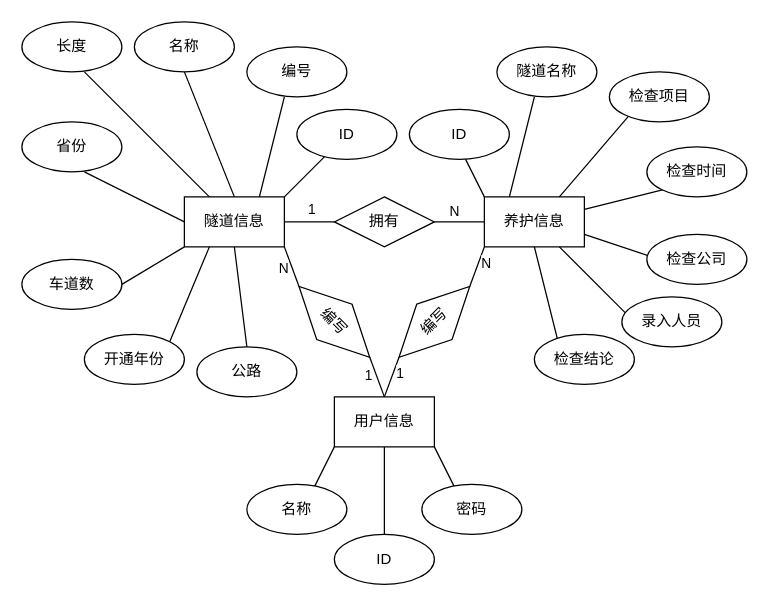
Above: E-R图.drawio in 84DuLu/drawio (draw.io), before the change. Source tidied: cells renumbered, new cells numbered last; positions are measured from the earlier drawing's top-left corner, leaving out a move shared by most shapes. Both pictures are drawn from the tidied source at 125%, with x=0, y=0 at pixel (21, 21).
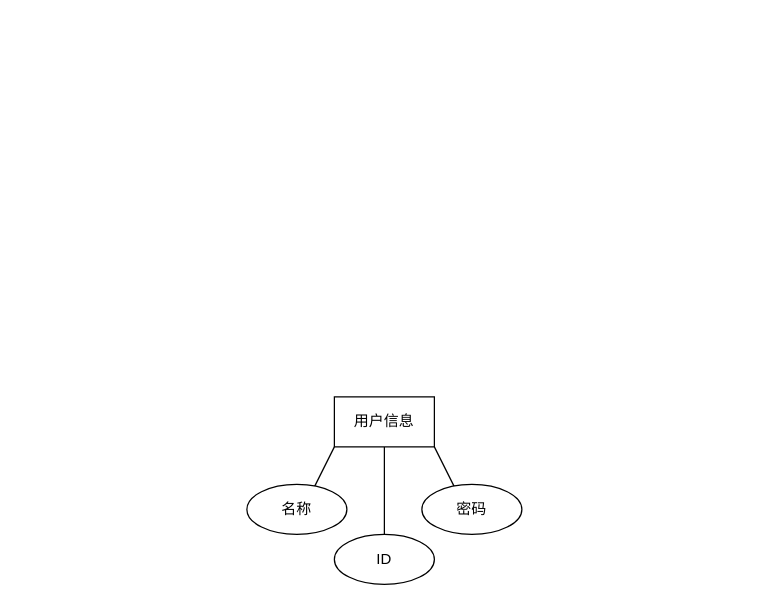
The same diagram, later.

Unchanged cells that the change refers to:
```xml
<mxCell id="23" value="用户信息" style="rounded=0;whiteSpace=wrap;html=1;" parent="1" vertex="1">
  <mxGeometry x="250" y="300" width="80" height="40" as="geometry" />
</mxCell>
```

Change to the diagram source:
```diff
@@
-    <mxCell id="2" value="拥有" style="rhombus;whiteSpace=wrap;html=1;" parent="1" vertex="1">
-      <mxGeometry x="250" y="140" width="80" height="40" as="geometry" />
-    </mxCell>
-    <mxCell id="3" value="隧道信息" style="rounded=0;whiteSpace=wrap;html=1;" parent="1" vertex="1">
-      <mxGeometry x="130" y="140" width="80" height="40" as="geometry" />
-    </mxCell>
-    <mxCell id="4" value="养护信息" style="rounded=0;whiteSpace=wrap;html=1;" parent="1" vertex="1">
-      <mxGeometry x="370" y="140" width="80" height="40" as="geometry" />
-    </mxCell>
-    <mxCell id="5" style="endArrow=none;html=1;rounded=0;exitX=1;exitY=0.5;exitDx=0;exitDy=0;" parent="1" edge="1" source="3">
-      <mxGeometry relative="1" as="geometry">
-        <mxPoint x="250" y="160" as="targetPoint" />
-      </mxGeometry>
-    </mxCell>
-    <mxCell id="6" value="1" style="edgeLabel;html=1;align=center;verticalAlign=bottom;" parent="5" vertex="1">
-      <mxGeometry x="0.05" y="2" relative="1" as="geometry" />
-    </mxCell>
-    <mxCell id="7" style="endArrow=none;html=1;rounded=0;" parent="1" edge="1" source="2">
-      <mxGeometry relative="1" as="geometry">
-        <mxPoint x="370" y="160" as="targetPoint" />
-      </mxGeometry>
-    </mxCell>
-    <mxCell id="8" value="N" style="edgeLabel;html=1;align=center;verticalAlign=bottom;" parent="7" vertex="1">
-      <mxGeometry x="-0.24" relative="1" as="geometry" />
-    </mxCell>
-    <mxCell id="9" style="endArrow=none;html=1;rounded=0;exitX=0.75;exitY=0;exitDx=0;exitDy=0;" parent="1" edge="1" source="3">
-      <mxGeometry relative="1" as="geometry">
-        <mxPoint x="210" y="60" as="targetPoint" />
-      </mxGeometry>
-    </mxCell>
-    <mxCell id="10" value="编号" style="ellipse;whiteSpace=wrap;html=1;" parent="1" vertex="1">
-      <mxGeometry x="180" y="20" width="80" height="40" as="geometry" />
-    </mxCell>
-    <mxCell id="11" value="名称" style="ellipse;whiteSpace=wrap;html=1;" parent="1" vertex="1">
-      <mxGeometry x="90" width="80" height="40" as="geometry" />
-    </mxCell>
-    <mxCell id="12" style="endArrow=none;html=1;rounded=0;exitX=0.5;exitY=0;exitDx=0;exitDy=0;entryX=0.5;entryY=1;entryDx=0;entryDy=0;" parent="1" edge="1" source="3" target="11">
-      <mxGeometry relative="1" as="geometry" />
-    </mxCell>
-    <mxCell id="13" style="endArrow=none;html=1;rounded=0;exitX=0.25;exitY=0;exitDx=0;exitDy=0;" parent="1" edge="1" source="3">
-      <mxGeometry relative="1" as="geometry">
-        <mxPoint x="50" y="40" as="targetPoint" />
-      </mxGeometry>
-    </mxCell>
-    <mxCell id="14" value="长度" style="ellipse;whiteSpace=wrap;html=1;" parent="1" vertex="1">
-      <mxGeometry width="80" height="40" as="geometry" />
-    </mxCell>
-    <mxCell id="15" style="endArrow=none;html=1;rounded=0;" parent="1" edge="1">
-      <mxGeometry relative="1" as="geometry">
-        <mxPoint x="50" y="120" as="sourcePoint" />
-        <mxPoint x="130" y="160" as="targetPoint" />
-      </mxGeometry>
-    </mxCell>
-    <mxCell id="16" value="省份" style="ellipse;whiteSpace=wrap;html=1;" parent="1" vertex="1">
-      <mxGeometry y="80" width="80" height="40" as="geometry" />
-    </mxCell>
-    <mxCell id="17" style="endArrow=none;html=1;rounded=0;exitX=1;exitY=0.5;exitDx=0;exitDy=0;" parent="1" edge="1" source="18">
-      <mxGeometry relative="1" as="geometry">
-        <mxPoint x="130" y="180" as="targetPoint" />
-      </mxGeometry>
-    </mxCell>
-    <mxCell id="18" value="车道数" style="ellipse;whiteSpace=wrap;html=1;" parent="1" vertex="1">
-      <mxGeometry y="190" width="80" height="40" as="geometry" />
-    </mxCell>
-    <mxCell id="19" style="endArrow=none;html=1;rounded=0;entryX=0.25;entryY=1;entryDx=0;entryDy=0;exitX=1;exitY=0;exitDx=0;exitDy=0;" parent="1" edge="1" source="20" target="3">
-      <mxGeometry relative="1" as="geometry" />
-    </mxCell>
-    <mxCell id="20" value="开通年份" style="ellipse;whiteSpace=wrap;html=1;" parent="1" vertex="1">
-      <mxGeometry x="50" y="250" width="80" height="40" as="geometry" />
-    </mxCell>
-    <mxCell id="21" style="endArrow=none;html=1;rounded=0;" parent="1" edge="1">
-      <mxGeometry relative="1" as="geometry">
-        <mxPoint x="180" y="260" as="sourcePoint" />
-        <mxPoint x="170" y="180" as="targetPoint" />
-      </mxGeometry>
-    </mxCell>
-    <mxCell id="22" value="公路" style="ellipse;whiteSpace=wrap;html=1;" parent="1" vertex="1">
-      <mxGeometry x="140" y="260" width="80" height="40" as="geometry" />
-    </mxCell>
@@
-    <mxCell id="24" value="编写" style="rhombus;whiteSpace=wrap;html=1;rotation=45;" parent="1" vertex="1">
-      <mxGeometry x="210" y="220" width="80" height="40" as="geometry" />
-    </mxCell>
-    <mxCell id="25" style="endArrow=none;html=1;rounded=0;exitX=0;exitY=0.5;exitDx=0;exitDy=0;" parent="1" edge="1" source="24">
-      <mxGeometry relative="1" as="geometry">
-        <mxPoint x="210" y="180" as="targetPoint" />
-      </mxGeometry>
-    </mxCell>
-    <mxCell id="26" value="N" style="edgeLabel;html=1;align=right;verticalAlign=middle;" parent="25" vertex="1">
-      <mxGeometry x="0.01" y="2" relative="1" as="geometry" />
-    </mxCell>
-    <mxCell id="27" style="endArrow=none;html=1;rounded=0;exitX=0.5;exitY=0;exitDx=0;exitDy=0;entryX=1;entryY=0.5;entryDx=0;entryDy=0;" parent="1" edge="1" source="23" target="24">
-      <mxGeometry relative="1" as="geometry" />
-    </mxCell>
-    <mxCell id="28" value="1" style="edgeLabel;html=1;align=right;verticalAlign=middle;" parent="27" vertex="1">
-      <mxGeometry x="0.11" y="1" relative="1" as="geometry">
-        <mxPoint x="-1" as="offset" />
-      </mxGeometry>
-    </mxCell>
-    <mxCell id="29" value="编写" style="rhombus;whiteSpace=wrap;html=1;rotation=-45;" parent="1" vertex="1">
-      <mxGeometry x="290" y="220" width="80" height="40" as="geometry" />
-    </mxCell>
-    <mxCell id="30" style="endArrow=none;html=1;rounded=0;exitX=1;exitY=0.5;exitDx=0;exitDy=0;entryX=0;entryY=1;entryDx=0;entryDy=0;" parent="1" edge="1" source="29" target="4">
-      <mxGeometry relative="1" as="geometry" />
-    </mxCell>
-    <mxCell id="31" value="N" style="edgeLabel;html=1;align=left;verticalAlign=middle;" parent="30" vertex="1">
-      <mxGeometry x="0.17" y="2" relative="1" as="geometry">
-        <mxPoint x="3" as="offset" />
-      </mxGeometry>
-    </mxCell>
-    <mxCell id="32" style="endArrow=none;html=1;rounded=0;entryX=0;entryY=0.5;entryDx=0;entryDy=0;exitX=0.5;exitY=0;exitDx=0;exitDy=0;" parent="1" edge="1" source="23" target="29">
-      <mxGeometry relative="1" as="geometry" />
-    </mxCell>
-    <mxCell id="33" value="1" style="edgeLabel;html=1;align=left;verticalAlign=middle;" parent="32" vertex="1">
-      <mxGeometry x="0.27" relative="1" as="geometry">
-        <mxPoint x="1" as="offset" />
-      </mxGeometry>
-    </mxCell>
-    <mxCell id="34" style="endArrow=none;html=1;rounded=0;entryX=0.25;entryY=1;entryDx=0;entryDy=0;" parent="1" edge="1">
-      <mxGeometry relative="1" as="geometry">
-        <mxPoint x="230" y="380" as="sourcePoint" />
-        <mxPoint x="250" y="340" as="targetPoint" />
-      </mxGeometry>
-    </mxCell>
-    <mxCell id="35" value="名称" style="ellipse;whiteSpace=wrap;html=1;" parent="1" vertex="1">
-      <mxGeometry x="180" y="370" width="80" height="40" as="geometry" />
-    </mxCell>
-    <mxCell id="36" style="endArrow=none;html=1;rounded=0;entryX=0.25;entryY=1;entryDx=0;entryDy=0;" parent="1" edge="1">
-      <mxGeometry relative="1" as="geometry">
-        <mxPoint x="350" y="380" as="sourcePoint" />
-        <mxPoint x="330" y="340" as="targetPoint" />
-      </mxGeometry>
-    </mxCell>
+    <mxCell id="56" style="endArrow=none;html=1;rounded=0;entryX=0.25;entryY=1;entryDx=0;entryDy=0;" parent="1" edge="1">
+      <mxGeometry relative="1" as="geometry">
+        <mxPoint x="230" y="380" as="sourcePoint" />
+        <mxPoint x="250" y="340" as="targetPoint" />
+      </mxGeometry>
+    </mxCell>
+    <mxCell id="57" value="名称" style="ellipse;whiteSpace=wrap;html=1;" parent="1" vertex="1">
+      <mxGeometry x="180" y="370" width="80" height="40" as="geometry" />
+    </mxCell>
+    <mxCell id="58" style="endArrow=none;html=1;rounded=0;entryX=0.25;entryY=1;entryDx=0;entryDy=0;" parent="1" edge="1">
+      <mxGeometry relative="1" as="geometry">
+        <mxPoint x="350" y="380" as="sourcePoint" />
+        <mxPoint x="330" y="340" as="targetPoint" />
+      </mxGeometry>
+    </mxCell>
@@
-    <mxCell id="38" style="endArrow=none;html=1;rounded=0;" parent="1" edge="1">
-      <mxGeometry relative="1" as="geometry">
-        <mxPoint x="390" y="140" as="sourcePoint" />
-        <mxPoint x="410" y="60" as="targetPoint" />
-      </mxGeometry>
-    </mxCell>
-    <mxCell id="39" value="隧道名称" style="ellipse;whiteSpace=wrap;html=1;" parent="1" vertex="1">
-      <mxGeometry x="380" y="20" width="80" height="40" as="geometry" />
-    </mxCell>
-    <mxCell id="40" style="endArrow=none;html=1;rounded=0;exitX=0.75;exitY=0;exitDx=0;exitDy=0;" parent="1" edge="1" source="4">
-      <mxGeometry relative="1" as="geometry">
-        <mxPoint x="490" y="70" as="targetPoint" />
-      </mxGeometry>
-    </mxCell>
-    <mxCell id="41" value="检查项目" style="ellipse;whiteSpace=wrap;html=1;" parent="1" vertex="1">
-      <mxGeometry x="470" y="40" width="80" height="40" as="geometry" />
-    </mxCell>
-    <mxCell id="42" style="endArrow=none;html=1;rounded=0;exitX=1;exitY=0.25;exitDx=0;exitDy=0;" parent="1" edge="1" source="4">
-      <mxGeometry relative="1" as="geometry">
-        <mxPoint x="530" y="130" as="targetPoint" />
-      </mxGeometry>
-    </mxCell>
-    <mxCell id="43" value="检查时间" style="ellipse;whiteSpace=wrap;html=1;" parent="1" vertex="1">
-      <mxGeometry x="500" y="100" width="80" height="40" as="geometry" />
-    </mxCell>
-    <mxCell id="44" style="endArrow=none;html=1;rounded=0;entryX=1;entryY=0.75;entryDx=0;entryDy=0;" parent="1" edge="1" target="4">
-      <mxGeometry relative="1" as="geometry">
-        <mxPoint x="510" y="190" as="sourcePoint" />
-      </mxGeometry>
-    </mxCell>
-    <mxCell id="45" value="检查公司" style="ellipse;whiteSpace=wrap;html=1;" parent="1" vertex="1">
-      <mxGeometry x="500" y="170" width="80" height="40" as="geometry" />
-    </mxCell>
-    <mxCell id="46" style="endArrow=none;html=1;rounded=0;entryX=0.75;entryY=1;entryDx=0;entryDy=0;" parent="1" edge="1" target="4">
-      <mxGeometry relative="1" as="geometry">
-        <mxPoint x="490" y="240" as="sourcePoint" />
-      </mxGeometry>
-    </mxCell>
-    <mxCell id="47" value="录入人员" style="ellipse;whiteSpace=wrap;html=1;" parent="1" vertex="1">
-      <mxGeometry x="480" y="220" width="80" height="40" as="geometry" />
-    </mxCell>
-    <mxCell id="48" style="endArrow=none;html=1;rounded=0;entryX=0.5;entryY=1;entryDx=0;entryDy=0;" parent="1" edge="1" target="4">
-      <mxGeometry relative="1" as="geometry">
-        <mxPoint x="430" y="260" as="sourcePoint" />
-      </mxGeometry>
-    </mxCell>
-    <mxCell id="49" value="检查结论" style="ellipse;whiteSpace=wrap;html=1;" parent="1" vertex="1">
-      <mxGeometry x="410" y="250" width="80" height="40" as="geometry" />
-    </mxCell>
-    <mxCell id="50" style="endArrow=none;html=1;rounded=0;exitX=1;exitY=0;exitDx=0;exitDy=0;" parent="1" edge="1" source="3">
-      <mxGeometry relative="1" as="geometry">
-        <mxPoint x="250" y="100" as="targetPoint" />
-      </mxGeometry>
-    </mxCell>
-    <mxCell id="51" value="ID" style="ellipse;whiteSpace=wrap;html=1;" parent="1" vertex="1">
-      <mxGeometry x="220" y="70" width="80" height="40" as="geometry" />
-    </mxCell>
-    <mxCell id="52" style="endArrow=none;html=1;rounded=0;exitX=0;exitY=0;exitDx=0;exitDy=0;" parent="1" edge="1" source="4">
-      <mxGeometry relative="1" as="geometry">
-        <mxPoint x="350" y="100" as="targetPoint" />
-      </mxGeometry>
-    </mxCell>
-    <mxCell id="53" value="ID" style="ellipse;whiteSpace=wrap;html=1;" parent="1" vertex="1">
-      <mxGeometry x="310" y="70" width="80" height="40" as="geometry" />
-    </mxCell>
-    <mxCell id="54" style="endArrow=none;html=1;rounded=0;" parent="1" edge="1">
-      <mxGeometry relative="1" as="geometry">
-        <mxPoint x="290" y="410" as="sourcePoint" />
-        <mxPoint x="290" y="340" as="targetPoint" />
-      </mxGeometry>
-    </mxCell>
-    <mxCell id="55" value="ID" style="ellipse;whiteSpace=wrap;html=1;" parent="1" vertex="1">
-      <mxGeometry x="250" y="410" width="80" height="40" as="geometry" />
-    </mxCell>
+    <mxCell id="59" style="endArrow=none;html=1;rounded=0;" parent="1" edge="1">
+      <mxGeometry relative="1" as="geometry">
+        <mxPoint x="290" y="410" as="sourcePoint" />
+        <mxPoint x="290" y="340" as="targetPoint" />
+      </mxGeometry>
+    </mxCell>
+    <mxCell id="60" value="ID" style="ellipse;whiteSpace=wrap;html=1;" parent="1" vertex="1">
+      <mxGeometry x="250" y="410" width="80" height="40" as="geometry" />
+    </mxCell>
```
